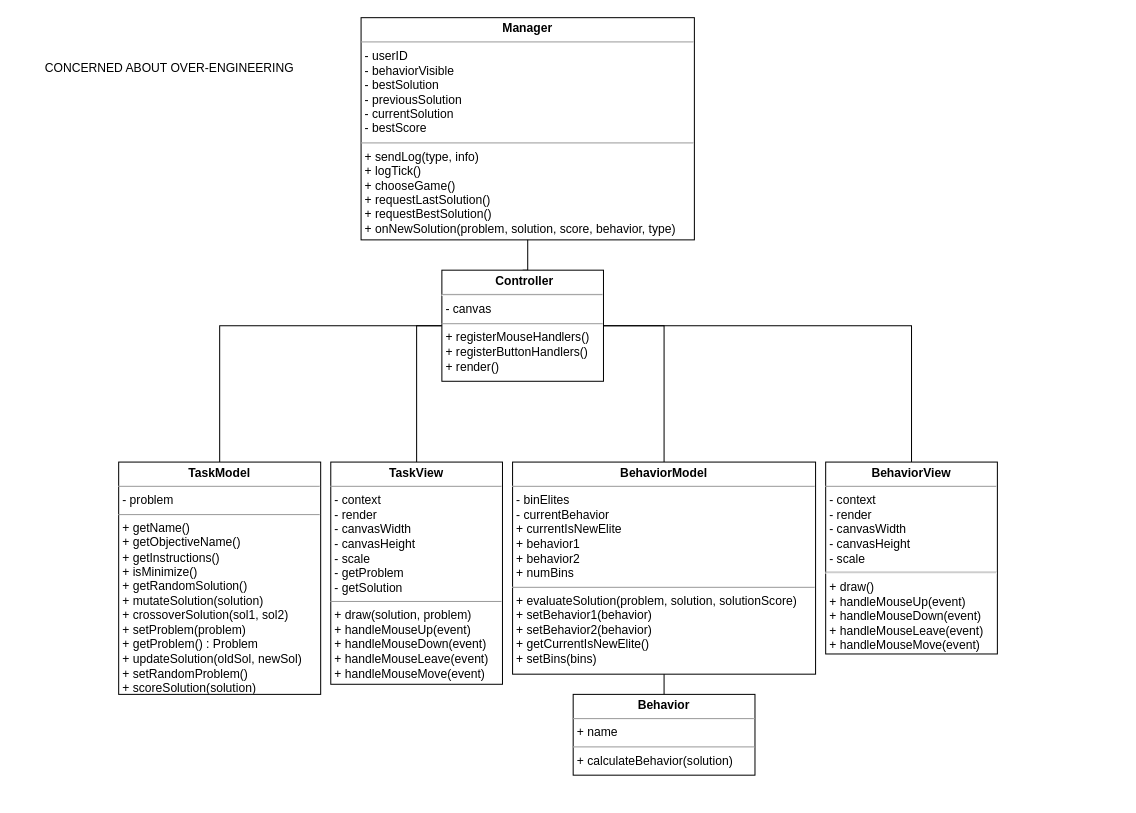
This is MVC Framework UML.drawio from osbornnick/qd-staging, a draw.io file, before an edit. Source tidied: cells renumbered, new cells numbered last; positions are measured from the earlier drawing's top-left corner, leaving out a move shared by most shapes. Both pictures are drawn from the tidied source at 101%, with x=0, y=0 at pixel (37, 17).
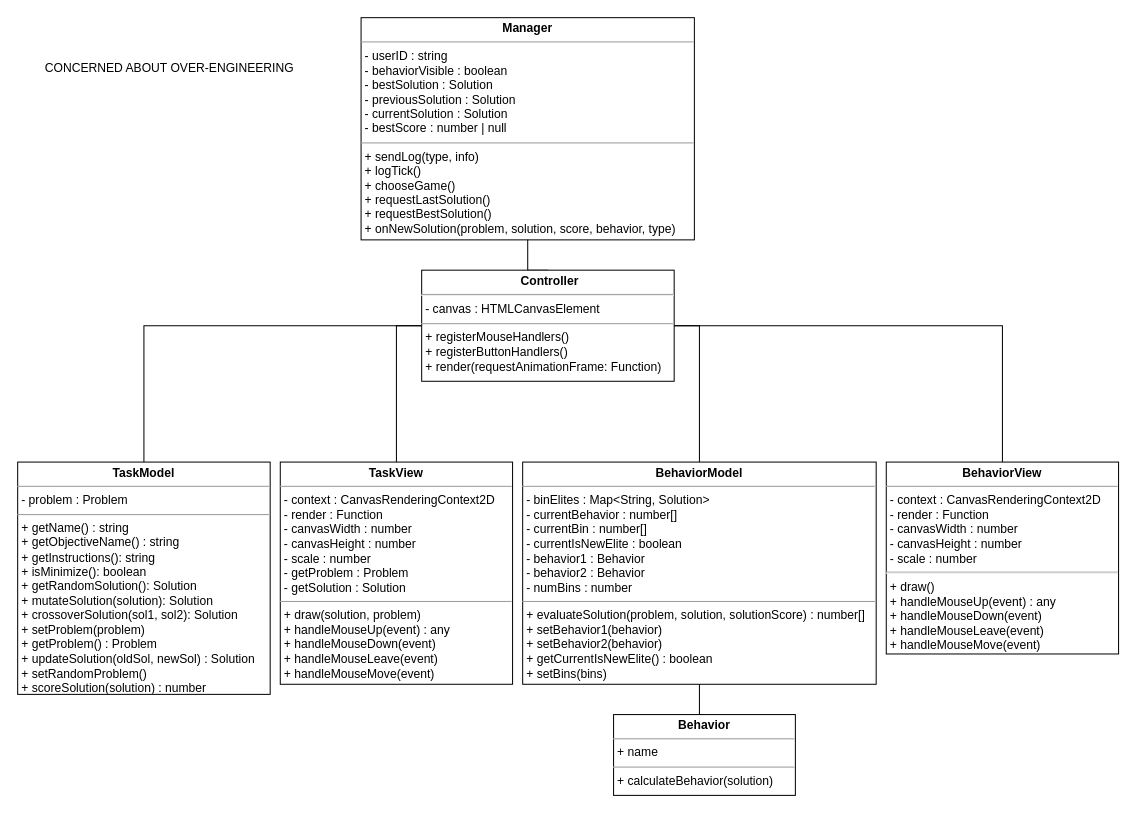
Above is the later version.

The edit, as a diff of the source:
```diff
@@
 <mxGraphModel>
   <root>
     <mxCell id="0" />
     <mxCell id="1" parent="0" />
-    <mxCell id="2" value="&lt;p style=&quot;margin: 0px ; margin-top: 4px ; text-align: center&quot;&gt;&lt;b&gt;Manager&lt;/b&gt;&lt;/p&gt;&lt;hr size=&quot;1&quot;&gt;&lt;p style=&quot;margin: 0px ; margin-left: 4px&quot;&gt;- userID&lt;/p&gt;&lt;p style=&quot;margin: 0px ; margin-left: 4px&quot;&gt;- behaviorVisible&lt;/p&gt;&lt;p style=&quot;margin: 0px ; margin-left: 4px&quot;&gt;- bestSolution&lt;/p&gt;&lt;p style=&quot;margin: 0px ; margin-left: 4px&quot;&gt;- previousSolution&lt;/p&gt;&lt;p style=&quot;margin: 0px ; margin-left: 4px&quot;&gt;- currentSolution&lt;br&gt;&lt;/p&gt;&lt;p style=&quot;margin: 0px ; margin-left: 4px&quot;&gt;- bestScore&lt;/p&gt;&lt;hr size=&quot;1&quot;&gt;&lt;p style=&quot;margin: 0px ; margin-left: 4px&quot;&gt;+ sendLog(type, info)&lt;/p&gt;&lt;p style=&quot;margin: 0px ; margin-left: 4px&quot;&gt;+ logTick()&lt;/p&gt;&lt;p style=&quot;margin: 0px ; margin-left: 4px&quot;&gt;+ chooseGame()&lt;/p&gt;&lt;p style=&quot;margin: 0px 0px 0px 4px&quot;&gt;+ requestLastSolution()&lt;/p&gt;&lt;p style=&quot;margin: 0px 0px 0px 4px&quot;&gt;+ requestBestSolution()&lt;/p&gt;&lt;p style=&quot;margin: 0px 0px 0px 4px&quot;&gt;+ onNewSolution(problem, solution, score, behavior, type)&lt;/p&gt;" style="verticalAlign=top;align=left;overflow=fill;fontSize=12;fontFamily=Helvetica;html=1;" parent="1" vertex="1">
+    <mxCell id="2" value="&lt;p style=&quot;margin: 0px ; margin-top: 4px ; text-align: center&quot;&gt;&lt;b&gt;Manager&lt;/b&gt;&lt;/p&gt;&lt;hr size=&quot;1&quot;&gt;&lt;p style=&quot;margin: 0px ; margin-left: 4px&quot;&gt;- userID : string&lt;/p&gt;&lt;p style=&quot;margin: 0px ; margin-left: 4px&quot;&gt;- behaviorVisible : boolean&lt;/p&gt;&lt;p style=&quot;margin: 0px ; margin-left: 4px&quot;&gt;- bestSolution : Solution&lt;/p&gt;&lt;p style=&quot;margin: 0px ; margin-left: 4px&quot;&gt;- previousSolution : Solution&lt;/p&gt;&lt;p style=&quot;margin: 0px ; margin-left: 4px&quot;&gt;- currentSolution : Solution&lt;br&gt;&lt;/p&gt;&lt;p style=&quot;margin: 0px ; margin-left: 4px&quot;&gt;- bestScore : number | null&lt;/p&gt;&lt;hr size=&quot;1&quot;&gt;&lt;p style=&quot;margin: 0px ; margin-left: 4px&quot;&gt;+ sendLog(type, info)&lt;/p&gt;&lt;p style=&quot;margin: 0px ; margin-left: 4px&quot;&gt;+ logTick()&lt;/p&gt;&lt;p style=&quot;margin: 0px ; margin-left: 4px&quot;&gt;+ chooseGame()&lt;/p&gt;&lt;p style=&quot;margin: 0px 0px 0px 4px&quot;&gt;+ requestLastSolution()&lt;/p&gt;&lt;p style=&quot;margin: 0px 0px 0px 4px&quot;&gt;+ requestBestSolution()&lt;/p&gt;&lt;p style=&quot;margin: 0px 0px 0px 4px&quot;&gt;+ onNewSolution(problem, solution, score, behavior, type)&lt;/p&gt;" style="verticalAlign=top;align=left;overflow=fill;fontSize=12;fontFamily=Helvetica;html=1;" parent="1" vertex="1">
       <mxGeometry x="320" width="330" height="220" as="geometry" />
     </mxCell>
     <mxCell id="3" style="edgeStyle=orthogonalEdgeStyle;rounded=0;jettySize=auto;html=1;exitX=0;exitY=0.5;exitDx=0;exitDy=0;entryX=0.5;entryY=0;entryDx=0;entryDy=0;endArrow=none;endFill=0;" parent="1" edge="1" source="6" target="8">
       <mxGeometry relative="1" as="geometry" />
     </mxCell>
     <mxCell id="4" style="edgeStyle=orthogonalEdgeStyle;rounded=0;jettySize=auto;html=1;exitX=0;exitY=0.5;exitDx=0;exitDy=0;entryX=0.5;entryY=0;entryDx=0;entryDy=0;endArrow=none;endFill=0;" parent="1" edge="1" source="6" target="7">
       <mxGeometry relative="1" as="geometry" />
     </mxCell>
     <mxCell id="5" style="edgeStyle=orthogonalEdgeStyle;rounded=0;jettySize=auto;html=1;exitX=0.5;exitY=0;exitDx=0;exitDy=0;entryX=0.5;entryY=1;entryDx=0;entryDy=0;endArrow=none;endFill=0;" parent="1" edge="1" source="6" target="2">
       <mxGeometry relative="1" as="geometry" />
     </mxCell>
-    <mxCell id="6" value="&lt;p style=&quot;margin: 0px ; margin-top: 4px ; text-align: center&quot;&gt;&lt;/p&gt;&lt;p style=&quot;text-align: center ; margin: 0px 0px 0px 4px&quot;&gt;&lt;b&gt;Controller&lt;/b&gt;&lt;/p&gt;&lt;hr style=&quot;text-align: center&quot;&gt;&lt;p style=&quot;margin: 0px ; margin-left: 4px&quot;&gt;- canvas&lt;/p&gt;&lt;hr size=&quot;1&quot;&gt;&lt;p style=&quot;margin: 0px ; margin-left: 4px&quot;&gt;+ registerMouseHandlers()&lt;/p&gt;&lt;p style=&quot;margin: 0px ; margin-left: 4px&quot;&gt;+ registerButtonHandlers()&lt;/p&gt;&lt;p style=&quot;margin: 0px ; margin-left: 4px&quot;&gt;+ render()&lt;/p&gt;" style="verticalAlign=top;align=left;overflow=fill;fontSize=12;fontFamily=Helvetica;html=1;" parent="1" vertex="1">
-      <mxGeometry x="400" y="250" width="160" height="110" as="geometry" />
+    <mxCell id="6" value="&lt;p style=&quot;margin: 0px ; margin-top: 4px ; text-align: center&quot;&gt;&lt;/p&gt;&lt;p style=&quot;text-align: center ; margin: 0px 0px 0px 4px&quot;&gt;&lt;b&gt;Controller&lt;/b&gt;&lt;/p&gt;&lt;hr style=&quot;text-align: center&quot;&gt;&lt;p style=&quot;margin: 0px ; margin-left: 4px&quot;&gt;- canvas : HTMLCanvasElement&lt;/p&gt;&lt;hr size=&quot;1&quot;&gt;&lt;p style=&quot;margin: 0px ; margin-left: 4px&quot;&gt;+ registerMouseHandlers()&lt;/p&gt;&lt;p style=&quot;margin: 0px ; margin-left: 4px&quot;&gt;+ registerButtonHandlers()&lt;/p&gt;&lt;p style=&quot;margin: 0px ; margin-left: 4px&quot;&gt;+ render(requestAnimationFrame: Function)&lt;/p&gt;" style="verticalAlign=top;align=left;overflow=fill;fontSize=12;fontFamily=Helvetica;html=1;" parent="1" vertex="1">
+      <mxGeometry x="380" y="250" width="250" height="110" as="geometry" />
     </mxCell>
-    <mxCell id="7" value="&lt;p style=&quot;margin: 0px ; margin-top: 4px ; text-align: center&quot;&gt;&lt;b&gt;TaskView&lt;/b&gt;&lt;/p&gt;&lt;hr size=&quot;1&quot;&gt;&lt;p style=&quot;margin: 0px ; margin-left: 4px&quot;&gt;- context&lt;/p&gt;&lt;p style=&quot;margin: 0px ; margin-left: 4px&quot;&gt;- render&lt;/p&gt;&lt;p style=&quot;margin: 0px ; margin-left: 4px&quot;&gt;- canvasWidth&lt;/p&gt;&lt;p style=&quot;margin: 0px ; margin-left: 4px&quot;&gt;- canvasHeight&lt;/p&gt;&lt;p style=&quot;margin: 0px ; margin-left: 4px&quot;&gt;- scale&lt;/p&gt;&lt;p style=&quot;margin: 0px ; margin-left: 4px&quot;&gt;- getProblem&lt;/p&gt;&lt;p style=&quot;margin: 0px ; margin-left: 4px&quot;&gt;- getSolution&lt;/p&gt;&lt;hr size=&quot;1&quot;&gt;&lt;p style=&quot;margin: 0px ; margin-left: 4px&quot;&gt;+ draw(solution, problem)&lt;/p&gt;&lt;p style=&quot;margin: 0px ; margin-left: 4px&quot;&gt;+ handleMouseUp(event)&lt;/p&gt;&lt;p style=&quot;margin: 0px ; margin-left: 4px&quot;&gt;+ handleMouseDown(event)&lt;/p&gt;&lt;p style=&quot;margin: 0px ; margin-left: 4px&quot;&gt;+ handleMouseLeave(event)&lt;/p&gt;&lt;p style=&quot;margin: 0px ; margin-left: 4px&quot;&gt;+ handleMouseMove(event)&lt;/p&gt;" style="verticalAlign=top;align=left;overflow=fill;fontSize=12;fontFamily=Helvetica;html=1;" parent="1" vertex="1">
-      <mxGeometry x="290" y="440" width="170" height="220" as="geometry" />
+    <mxCell id="7" value="&lt;p style=&quot;margin: 0px ; margin-top: 4px ; text-align: center&quot;&gt;&lt;b&gt;TaskView&lt;/b&gt;&lt;/p&gt;&lt;hr size=&quot;1&quot;&gt;&lt;p style=&quot;margin: 0px ; margin-left: 4px&quot;&gt;- context : CanvasRenderingContext2D&lt;/p&gt;&lt;p style=&quot;margin: 0px ; margin-left: 4px&quot;&gt;- render : Function&lt;/p&gt;&lt;p style=&quot;margin: 0px ; margin-left: 4px&quot;&gt;- canvasWidth : number&lt;/p&gt;&lt;p style=&quot;margin: 0px ; margin-left: 4px&quot;&gt;- canvasHeight : number&lt;/p&gt;&lt;p style=&quot;margin: 0px ; margin-left: 4px&quot;&gt;- scale : number&lt;/p&gt;&lt;p style=&quot;margin: 0px ; margin-left: 4px&quot;&gt;- getProblem : Problem&lt;/p&gt;&lt;p style=&quot;margin: 0px ; margin-left: 4px&quot;&gt;- getSolution : Solution&lt;/p&gt;&lt;hr size=&quot;1&quot;&gt;&lt;p style=&quot;margin: 0px ; margin-left: 4px&quot;&gt;+ draw(solution, problem)&lt;/p&gt;&lt;p style=&quot;margin: 0px ; margin-left: 4px&quot;&gt;+ handleMouseUp(event) : any&lt;/p&gt;&lt;p style=&quot;margin: 0px ; margin-left: 4px&quot;&gt;+ handleMouseDown(event)&lt;/p&gt;&lt;p style=&quot;margin: 0px ; margin-left: 4px&quot;&gt;+ handleMouseLeave(event)&lt;/p&gt;&lt;p style=&quot;margin: 0px ; margin-left: 4px&quot;&gt;+ handleMouseMove(event)&lt;/p&gt;" style="verticalAlign=top;align=left;overflow=fill;fontSize=12;fontFamily=Helvetica;html=1;" parent="1" vertex="1">
+      <mxGeometry x="240" y="440" width="230" height="220" as="geometry" />
     </mxCell>
-    <mxCell id="8" value="&lt;p style=&quot;margin: 0px ; margin-top: 4px ; text-align: center&quot;&gt;&lt;b&gt;TaskModel&lt;/b&gt;&lt;/p&gt;&lt;hr size=&quot;1&quot;&gt;&lt;p style=&quot;margin: 0px ; margin-left: 4px&quot;&gt;&lt;span&gt;- problem&lt;/span&gt;&lt;/p&gt;&lt;hr size=&quot;1&quot;&gt;&lt;p style=&quot;margin: 0px ; margin-left: 4px&quot;&gt;+ getName()&lt;br style=&quot;padding: 0px ; margin: 0px&quot;&gt;+ getObjectiveName()&lt;br style=&quot;padding: 0px ; margin: 0px&quot;&gt;+ getInstructions()&lt;br style=&quot;padding: 0px ; margin: 0px&quot;&gt;+ isMinimize()&lt;br style=&quot;padding: 0px ; margin: 0px&quot;&gt;+ getRandomSolution()&lt;/p&gt;&lt;p style=&quot;margin: 0px ; margin-left: 4px&quot;&gt;+ mutateSolution(solution)&lt;br style=&quot;padding: 0px ; margin: 0px&quot;&gt;+ crossoverSolution(sol1, sol2)&lt;br style=&quot;padding: 0px ; margin: 0px&quot;&gt;+ setProblem(problem)&lt;/p&gt;&lt;p style=&quot;margin: 0px ; margin-left: 4px&quot;&gt;+ getProblem() : Problem&lt;/p&gt;&lt;p style=&quot;margin: 0px ; margin-left: 4px&quot;&gt;+ updateSolution(oldSol, newSol)&lt;br style=&quot;padding: 0px ; margin: 0px&quot;&gt;+ setRandomProblem()&lt;br&gt;&lt;/p&gt;&lt;p style=&quot;margin: 0px ; margin-left: 4px&quot;&gt;+ scoreSolution(solution)&lt;/p&gt;" style="verticalAlign=top;align=left;overflow=fill;fontSize=12;fontFamily=Helvetica;html=1;" parent="1" vertex="1">
-      <mxGeometry x="80" y="440" width="200" height="230" as="geometry" />
+    <mxCell id="8" value="&lt;p style=&quot;margin: 0px ; margin-top: 4px ; text-align: center&quot;&gt;&lt;b&gt;TaskModel&lt;/b&gt;&lt;/p&gt;&lt;hr size=&quot;1&quot;&gt;&lt;p style=&quot;margin: 0px ; margin-left: 4px&quot;&gt;&lt;span&gt;- problem : Problem&lt;/span&gt;&lt;/p&gt;&lt;hr size=&quot;1&quot;&gt;&lt;p style=&quot;margin: 0px ; margin-left: 4px&quot;&gt;+ getName() : string&lt;br style=&quot;padding: 0px ; margin: 0px&quot;&gt;+ getObjectiveName() : string&lt;br style=&quot;padding: 0px ; margin: 0px&quot;&gt;+ getInstructions(): string&lt;br style=&quot;padding: 0px ; margin: 0px&quot;&gt;+ isMinimize(): boolean&lt;br style=&quot;padding: 0px ; margin: 0px&quot;&gt;+ getRandomSolution(): Solution&lt;/p&gt;&lt;p style=&quot;margin: 0px ; margin-left: 4px&quot;&gt;+ mutateSolution(solution): Solution&lt;br style=&quot;padding: 0px ; margin: 0px&quot;&gt;+ crossoverSolution(sol1, sol2): Solution&lt;br style=&quot;padding: 0px ; margin: 0px&quot;&gt;+ setProblem(problem)&lt;/p&gt;&lt;p style=&quot;margin: 0px ; margin-left: 4px&quot;&gt;+ getProblem() : Problem&lt;/p&gt;&lt;p style=&quot;margin: 0px ; margin-left: 4px&quot;&gt;+ updateSolution(oldSol, newSol) : Solution&lt;br style=&quot;padding: 0px ; margin: 0px&quot;&gt;+ setRandomProblem()&lt;br&gt;&lt;/p&gt;&lt;p style=&quot;margin: 0px ; margin-left: 4px&quot;&gt;+ scoreSolution(solution) : number&lt;/p&gt;" style="verticalAlign=top;align=left;overflow=fill;fontSize=12;fontFamily=Helvetica;html=1;" parent="1" vertex="1">
+      <mxGeometry x="-20" y="440" width="250" height="230" as="geometry" />
     </mxCell>
     <mxCell id="9" style="edgeStyle=orthogonalEdgeStyle;rounded=0;jettySize=auto;html=1;exitX=0.5;exitY=0;exitDx=0;exitDy=0;entryX=1;entryY=0.5;entryDx=0;entryDy=0;endArrow=none;endFill=0;" parent="1" edge="1" source="10" target="6">
       <mxGeometry relative="1" as="geometry" />
     </mxCell>
-    <mxCell id="10" value="&lt;p style=&quot;margin: 0px ; margin-top: 4px ; text-align: center&quot;&gt;&lt;b&gt;BehaviorView&lt;/b&gt;&lt;/p&gt;&lt;hr size=&quot;1&quot;&gt;&lt;p style=&quot;margin: 0px ; margin-left: 4px&quot;&gt;&lt;/p&gt;&lt;p style=&quot;margin: 0px ; margin-left: 4px&quot;&gt;- context&lt;/p&gt;&lt;p style=&quot;margin: 0px ; margin-left: 4px&quot;&gt;- render&lt;/p&gt;&lt;p style=&quot;margin: 0px ; margin-left: 4px&quot;&gt;- canvasWidth&lt;/p&gt;&lt;p style=&quot;margin: 0px ; margin-left: 4px&quot;&gt;- canvasHeight&lt;/p&gt;&lt;p style=&quot;margin: 0px ; margin-left: 4px&quot;&gt;- scale&lt;/p&gt;&lt;hr&gt;&lt;p style=&quot;margin: 0px ; margin-left: 4px&quot;&gt;+ draw()&lt;/p&gt;&lt;p style=&quot;margin: 0px ; margin-left: 4px&quot;&gt;+ handleMouseUp(event)&lt;/p&gt;&lt;p style=&quot;margin: 0px ; margin-left: 4px&quot;&gt;+ handleMouseDown(event)&lt;/p&gt;&lt;p style=&quot;margin: 0px ; margin-left: 4px&quot;&gt;+ handleMouseLeave(event)&lt;/p&gt;&lt;p style=&quot;margin: 0px ; margin-left: 4px&quot;&gt;+ handleMouseMove(event)&lt;/p&gt;" style="verticalAlign=top;align=left;overflow=fill;fontSize=12;fontFamily=Helvetica;html=1;" parent="1" vertex="1">
-      <mxGeometry x="780" y="440" width="170" height="190" as="geometry" />
+    <mxCell id="10" value="&lt;p style=&quot;margin: 0px ; margin-top: 4px ; text-align: center&quot;&gt;&lt;b&gt;BehaviorView&lt;/b&gt;&lt;/p&gt;&lt;hr size=&quot;1&quot;&gt;&lt;p style=&quot;margin: 0px ; margin-left: 4px&quot;&gt;&lt;/p&gt;&lt;p style=&quot;margin: 0px 0px 0px 4px&quot;&gt;- context : CanvasRenderingContext2D&lt;/p&gt;&lt;p style=&quot;margin: 0px ; margin-left: 4px&quot;&gt;- render : Function&lt;/p&gt;&lt;p style=&quot;margin: 0px ; margin-left: 4px&quot;&gt;- canvasWidth : number&lt;/p&gt;&lt;p style=&quot;margin: 0px ; margin-left: 4px&quot;&gt;- canvasHeight : number&lt;/p&gt;&lt;p style=&quot;margin: 0px ; margin-left: 4px&quot;&gt;- scale : number&lt;/p&gt;&lt;hr&gt;&lt;p style=&quot;margin: 0px ; margin-left: 4px&quot;&gt;+ draw()&lt;/p&gt;&lt;p style=&quot;margin: 0px ; margin-left: 4px&quot;&gt;+ handleMouseUp(event) : any&lt;/p&gt;&lt;p style=&quot;margin: 0px ; margin-left: 4px&quot;&gt;+ handleMouseDown(event)&lt;/p&gt;&lt;p style=&quot;margin: 0px ; margin-left: 4px&quot;&gt;+ handleMouseLeave(event)&lt;/p&gt;&lt;p style=&quot;margin: 0px ; margin-left: 4px&quot;&gt;+ handleMouseMove(event)&lt;/p&gt;" style="verticalAlign=top;align=left;overflow=fill;fontSize=12;fontFamily=Helvetica;html=1;" parent="1" vertex="1">
+      <mxGeometry x="840" y="440" width="230" height="190" as="geometry" />
     </mxCell>
     <mxCell id="11" style="edgeStyle=orthogonalEdgeStyle;rounded=0;jettySize=auto;html=1;exitX=0.5;exitY=0;exitDx=0;exitDy=0;entryX=1;entryY=0.5;entryDx=0;entryDy=0;endArrow=none;endFill=0;" parent="1" edge="1" source="12" target="6">
       <mxGeometry relative="1" as="geometry" />
     </mxCell>
-    <mxCell id="12" value="&lt;p style=&quot;margin: 0px ; margin-top: 4px ; text-align: center&quot;&gt;&lt;b&gt;BehaviorModel&lt;/b&gt;&lt;/p&gt;&lt;hr size=&quot;1&quot;&gt;&lt;p style=&quot;margin: 0px ; margin-left: 4px&quot;&gt;- binElites&lt;/p&gt;&lt;p style=&quot;margin: 0px ; margin-left: 4px&quot;&gt;- currentBehavior&lt;/p&gt;&lt;p style=&quot;margin: 0px ; margin-left: 4px&quot;&gt;+ currentIsNewElite&lt;br&gt;&lt;/p&gt;&lt;p style=&quot;margin: 0px ; margin-left: 4px&quot;&gt;+ behavior1&lt;/p&gt;&lt;p style=&quot;margin: 0px ; margin-left: 4px&quot;&gt;+ behavior2&lt;/p&gt;&lt;p style=&quot;margin: 0px ; margin-left: 4px&quot;&gt;+ numBins&lt;/p&gt;&lt;hr size=&quot;1&quot;&gt;&lt;p style=&quot;margin: 0px ; margin-left: 4px&quot;&gt;&lt;span&gt;+ evaluateSolution(problem, solution, solutionScore)&lt;/span&gt;&lt;br&gt;&lt;/p&gt;&lt;p style=&quot;margin: 0px ; margin-left: 4px&quot;&gt;&lt;span&gt;+ setBehavior1(behavior)&lt;/span&gt;&lt;/p&gt;&lt;p style=&quot;margin: 0px ; margin-left: 4px&quot;&gt;+ setBehavior2(behavior)&lt;span&gt;&lt;br&gt;&lt;/span&gt;&lt;/p&gt;&lt;p style=&quot;margin: 0px ; margin-left: 4px&quot;&gt;+ getCurrentIsNewElite()&lt;/p&gt;&lt;p style=&quot;margin: 0px ; margin-left: 4px&quot;&gt;+ setBins(bins)&lt;/p&gt;" style="verticalAlign=top;align=left;overflow=fill;fontSize=12;fontFamily=Helvetica;html=1;" parent="1" vertex="1">
-      <mxGeometry x="470" y="440" width="300" height="210" as="geometry" />
+    <mxCell id="12" value="&lt;p style=&quot;margin: 0px ; margin-top: 4px ; text-align: center&quot;&gt;&lt;b&gt;BehaviorModel&lt;/b&gt;&lt;/p&gt;&lt;hr size=&quot;1&quot;&gt;&lt;p style=&quot;margin: 0px ; margin-left: 4px&quot;&gt;- binElites : Map&amp;lt;String, Solution&amp;gt;&lt;/p&gt;&lt;p style=&quot;margin: 0px ; margin-left: 4px&quot;&gt;- currentBehavior : number[]&lt;/p&gt;&lt;p style=&quot;margin: 0px ; margin-left: 4px&quot;&gt;- currentBin : number[]&lt;/p&gt;&lt;p style=&quot;margin: 0px ; margin-left: 4px&quot;&gt;- currentIsNewElite : boolean&lt;br&gt;&lt;/p&gt;&lt;p style=&quot;margin: 0px ; margin-left: 4px&quot;&gt;- behavior1 : Behavior&lt;/p&gt;&lt;p style=&quot;margin: 0px ; margin-left: 4px&quot;&gt;- behavior2 : Behavior&lt;/p&gt;&lt;p style=&quot;margin: 0px ; margin-left: 4px&quot;&gt;- numBins : number&lt;/p&gt;&lt;hr size=&quot;1&quot;&gt;&lt;p style=&quot;margin: 0px ; margin-left: 4px&quot;&gt;&lt;span&gt;+ evaluateSolution(problem, solution, solutionScore) : number[]&lt;/span&gt;&lt;br&gt;&lt;/p&gt;&lt;p style=&quot;margin: 0px ; margin-left: 4px&quot;&gt;&lt;span&gt;+ setBehavior1(behavior)&lt;/span&gt;&lt;/p&gt;&lt;p style=&quot;margin: 0px ; margin-left: 4px&quot;&gt;+ setBehavior2(behavior)&lt;span&gt;&lt;br&gt;&lt;/span&gt;&lt;/p&gt;&lt;p style=&quot;margin: 0px ; margin-left: 4px&quot;&gt;+ getCurrentIsNewElite() : boolean&lt;/p&gt;&lt;p style=&quot;margin: 0px ; margin-left: 4px&quot;&gt;+ setBins(bins)&lt;/p&gt;" style="verticalAlign=top;align=left;overflow=fill;fontSize=12;fontFamily=Helvetica;html=1;" parent="1" vertex="1">
+      <mxGeometry x="480" y="440" width="350" height="220" as="geometry" />
     </mxCell>
     <mxCell id="13" style="edgeStyle=orthogonalEdgeStyle;rounded=0;jettySize=auto;html=1;exitX=0.5;exitY=0;exitDx=0;exitDy=0;entryX=0.5;entryY=1;entryDx=0;entryDy=0;endArrow=none;endFill=0;" parent="1" edge="1" source="14" target="12">
       <mxGeometry relative="1" as="geometry" />
     </mxCell>
     <mxCell id="14" value="&lt;p style=&quot;margin: 0px ; margin-top: 4px ; text-align: center&quot;&gt;&lt;b&gt;Behavior&lt;/b&gt;&lt;/p&gt;&lt;hr size=&quot;1&quot;&gt;&lt;p style=&quot;margin: 0px ; margin-left: 4px&quot;&gt;+ name&lt;/p&gt;&lt;hr size=&quot;1&quot;&gt;&lt;p style=&quot;margin: 0px ; margin-left: 4px&quot;&gt;+ calculateBehavior(solution&lt;span&gt;)&lt;/span&gt;&lt;/p&gt;" style="verticalAlign=top;align=left;overflow=fill;fontSize=12;fontFamily=Helvetica;html=1;" parent="1" vertex="1">
-      <mxGeometry x="530" y="670" width="180" height="80" as="geometry" />
+      <mxGeometry x="570" y="690" width="180" height="80" as="geometry" />
     </mxCell>
     <mxCell id="15" value="CONCERNED ABOUT OVER-ENGINEERING" style="text;html=1;align=center;verticalAlign=middle;strokeColor=none;fillColor=none;" parent="1" vertex="1">
       <mxGeometry y="40" width="260" height="20" as="geometry" />
     </mxCell>
   </root>
 </mxGraphModel>
```
